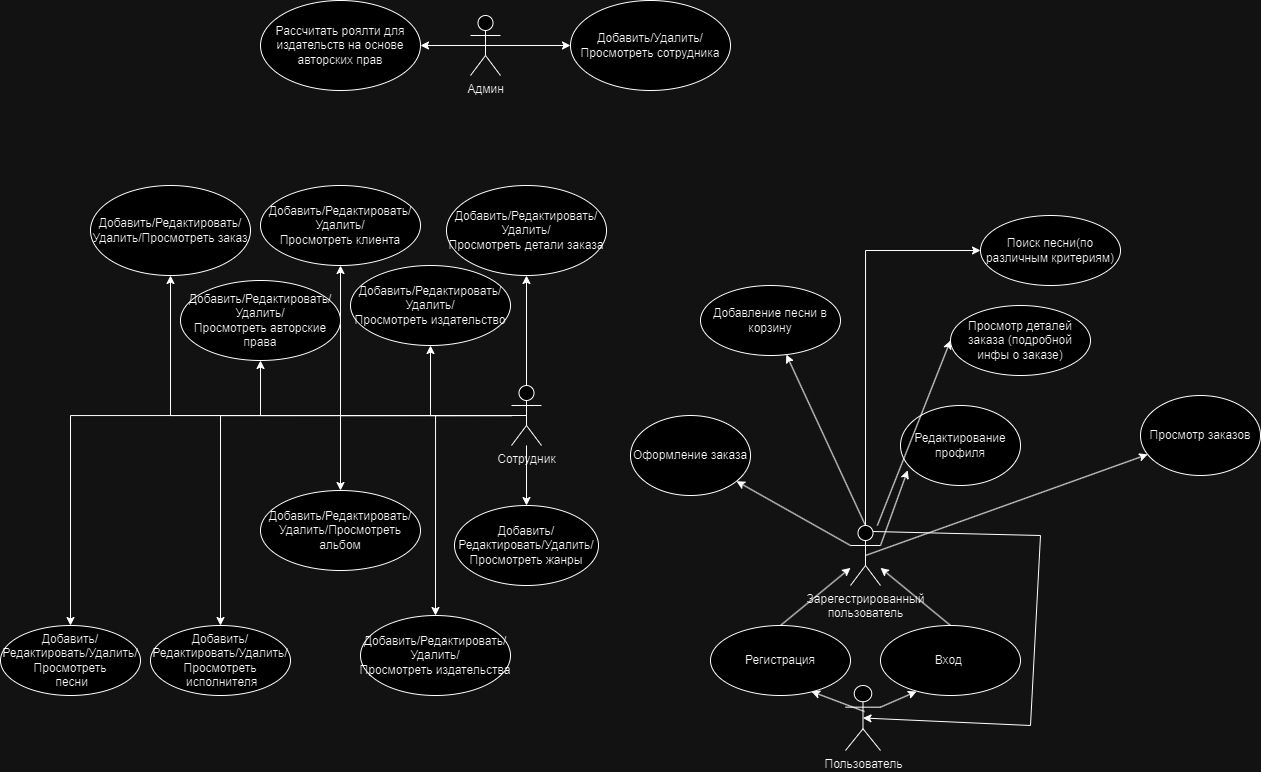
Before: diagrams/Человечки МУЗ магазина.drawio.png, a diagram exported from draw.io (SsanchesS/MusicStoreDB). Source tidied: cells renumbered, new cells last; positions are measured from the earlier drawing's top-left corner, leaving out a move shared by most shapes.
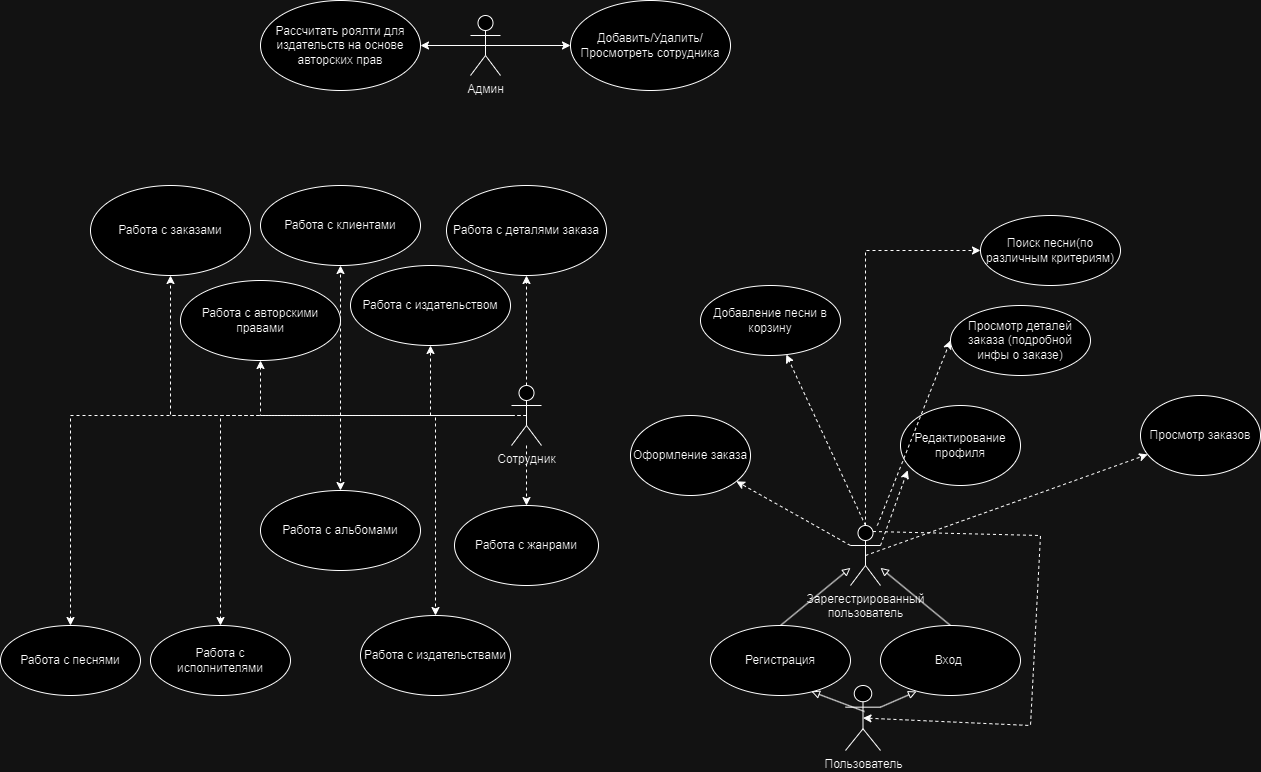
Later version of the same file.

Diff of the diagram source:
```diff
@@ -2,25 +2,25 @@
   <root>
     <mxCell id="0" />
     <mxCell id="1" parent="0" />
-    <mxCell id="2" value="Добавить/Редактировать/Удалить/Просмотреть альбом" style="ellipse;whiteSpace=wrap;html=1;" parent="1" vertex="1">
+    <mxCell id="2" value="Работа с альбомами" style="ellipse;whiteSpace=wrap;html=1;" parent="1" vertex="1">
       <mxGeometry x="260" y="490" width="160" height="80" as="geometry" />
     </mxCell>
-    <mxCell id="3" value="Добавить/Редактировать/Удалить/Просмотреть&amp;nbsp;издательства" style="ellipse;whiteSpace=wrap;html=1;" parent="1" vertex="1">
+    <mxCell id="3" value="Работа с издательствами" style="ellipse;whiteSpace=wrap;html=1;" parent="1" vertex="1">
       <mxGeometry x="360" y="615" width="150" height="80" as="geometry" />
     </mxCell>
-    <mxCell id="4" style="edgeStyle=orthogonalEdgeStyle;rounded=0;jettySize=auto;html=1;" parent="1" edge="1" source="16" target="2">
+    <mxCell id="4" style="edgeStyle=orthogonalEdgeStyle;rounded=0;jettySize=auto;html=1;dashed=1;" parent="1" edge="1" source="16" target="2">
       <mxGeometry relative="1" as="geometry" />
     </mxCell>
-    <mxCell id="5" style="edgeStyle=orthogonalEdgeStyle;rounded=0;jettySize=auto;html=1;entryX=0.5;entryY=0;entryDx=0;entryDy=0;" parent="1" edge="1" source="16" target="3">
+    <mxCell id="5" style="edgeStyle=orthogonalEdgeStyle;rounded=0;jettySize=auto;html=1;entryX=0.5;entryY=0;entryDx=0;entryDy=0;dashed=1;" parent="1" edge="1" source="16" target="3">
       <mxGeometry relative="1" as="geometry" />
     </mxCell>
-    <mxCell id="6" value="Добавить/Редактировать/Удалить/Просмотреть&amp;nbsp;жанры" style="ellipse;whiteSpace=wrap;html=1;" parent="1" vertex="1">
+    <mxCell id="6" value="Работа с жанрами" style="ellipse;whiteSpace=wrap;html=1;" parent="1" vertex="1">
       <mxGeometry x="454" y="505" width="144" height="80" as="geometry" />
     </mxCell>
     <mxCell id="7" value="Пользователь" style="shape=umlActor;verticalLabelPosition=bottom;verticalAlign=top;html=1;" parent="1" vertex="1">
       <mxGeometry x="845" y="685" width="35" height="65" as="geometry" />
     </mxCell>
-    <mxCell id="8" style="endArrow=classic;html=1;rounded=0;exitX=0.5;exitY=0;exitDx=0;exitDy=0;" parent="1" edge="1" source="10" target="11">
+    <mxCell id="8" style="endArrow=block;html=1;rounded=0;exitX=0.5;exitY=0;exitDx=0;exitDy=0;endFill=0;" parent="1" edge="1" source="10" target="11">
       <mxGeometry relative="1" as="geometry" />
     </mxCell>
     <mxCell id="9" value="Оформление заказа" style="ellipse;whiteSpace=wrap;html=1;" parent="1" vertex="1">
@@ -32,16 +32,16 @@
     <mxCell id="11" value="Зарегестрированный &lt;br&gt;пользователь" style="shape=umlActor;verticalLabelPosition=bottom;verticalAlign=top;html=1;outlineConnect=0;" parent="1" vertex="1">
       <mxGeometry x="850" y="525" width="30" height="60" as="geometry" />
     </mxCell>
-    <mxCell id="12" style="endArrow=classic;html=1;rounded=0;exitX=0;exitY=0.3333333333333333;exitDx=0;exitDy=0;exitPerimeter=0;" parent="1" edge="1" source="11" target="9">
+    <mxCell id="12" style="endArrow=classic;html=1;rounded=0;exitX=0;exitY=0.3333333333333333;exitDx=0;exitDy=0;exitPerimeter=0;dashed=1;" parent="1" edge="1" source="11" target="9">
       <mxGeometry relative="1" as="geometry" />
     </mxCell>
-    <mxCell id="13" style="endArrow=classic;html=1;rounded=0;exitX=1;exitY=0.3333333333333333;exitDx=0;exitDy=0;exitPerimeter=0;entryX=0.06;entryY=0.81;entryDx=0;entryDy=0;entryPerimeter=0;" parent="1" edge="1" source="11" target="14">
+    <mxCell id="13" style="endArrow=classic;html=1;rounded=0;exitX=1;exitY=0.3333333333333333;exitDx=0;exitDy=0;exitPerimeter=0;entryX=0.06;entryY=0.81;entryDx=0;entryDy=0;entryPerimeter=0;dashed=1;" parent="1" edge="1" source="11" target="14">
       <mxGeometry relative="1" as="geometry" />
     </mxCell>
     <mxCell id="14" value="Редактирование профиля" style="ellipse;whiteSpace=wrap;html=1;" parent="1" vertex="1">
       <mxGeometry x="900" y="405" width="120" height="80" as="geometry" />
     </mxCell>
-    <mxCell id="15" style="edgeStyle=orthogonalEdgeStyle;rounded=0;jettySize=auto;html=1;" parent="1" edge="1" source="16" target="6">
+    <mxCell id="15" style="edgeStyle=orthogonalEdgeStyle;rounded=0;jettySize=auto;html=1;dashed=1;" parent="1" edge="1" source="16" target="6">
       <mxGeometry relative="1" as="geometry" />
     </mxCell>
     <mxCell id="16" value="Сотрудник" style="shape=umlActor;verticalLabelPosition=bottom;verticalAlign=top;html=1;outlineConnect=0;" parent="1" vertex="1">
@@ -50,28 +50,28 @@
     <mxCell id="17" value="Поиск песни(по различным критериям)" style="ellipse;whiteSpace=wrap;html=1;" parent="1" vertex="1">
       <mxGeometry x="980" y="215" width="140" height="70" as="geometry" />
     </mxCell>
-    <mxCell id="18" style="edgeStyle=orthogonalEdgeStyle;rounded=0;jettySize=auto;html=1;entryX=0;entryY=0.5;entryDx=0;entryDy=0;exitX=0.5;exitY=0;exitDx=0;exitDy=0;exitPerimeter=0;" parent="1" edge="1" source="11" target="17">
+    <mxCell id="18" style="edgeStyle=orthogonalEdgeStyle;rounded=0;jettySize=auto;html=1;entryX=0;entryY=0.5;entryDx=0;entryDy=0;exitX=0.5;exitY=0;exitDx=0;exitDy=0;exitPerimeter=0;dashed=1;" parent="1" edge="1" source="11" target="17">
       <mxGeometry relative="1" as="geometry" />
     </mxCell>
     <mxCell id="19" value="Добавление&amp;nbsp;песни в корзину" style="ellipse;whiteSpace=wrap;html=1;" parent="1" vertex="1">
       <mxGeometry x="700" y="285" width="140" height="70" as="geometry" />
     </mxCell>
-    <mxCell id="20" style="endArrow=classic;html=1;rounded=0;exitX=0.5;exitY=0;exitDx=0;exitDy=0;exitPerimeter=0;" parent="1" edge="1" source="11" target="19">
+    <mxCell id="20" style="endArrow=classic;html=1;rounded=0;exitX=0.5;exitY=0;exitDx=0;exitDy=0;exitPerimeter=0;dashed=1;" parent="1" edge="1" source="11" target="19">
       <mxGeometry relative="1" as="geometry" />
     </mxCell>
-    <mxCell id="21" style="endArrow=classic;html=1;rounded=0;exitX=1;exitY=0.3333333333333333;exitDx=0;exitDy=0;exitPerimeter=0;entryX=0.257;entryY=0.943;entryDx=0;entryDy=0;entryPerimeter=0;" parent="1" edge="1" source="7" target="10">
+    <mxCell id="21" style="endArrow=block;html=1;rounded=0;exitX=1;exitY=0.3333333333333333;exitDx=0;exitDy=0;exitPerimeter=0;entryX=0.257;entryY=0.943;entryDx=0;entryDy=0;entryPerimeter=0;endFill=0;" parent="1" edge="1" source="7" target="10">
       <mxGeometry relative="1" as="geometry" />
     </mxCell>
     <mxCell id="22" value="Регистрация" style="ellipse;whiteSpace=wrap;html=1;" parent="1" vertex="1">
       <mxGeometry x="710" y="625" width="140" height="70" as="geometry" />
     </mxCell>
-    <mxCell id="23" style="endArrow=classic;html=1;rounded=0;exitX=0.543;exitY=0.4;exitDx=0;exitDy=0;exitPerimeter=0;entryX=0.721;entryY=0.943;entryDx=0;entryDy=0;entryPerimeter=0;" parent="1" edge="1" source="7" target="22">
+    <mxCell id="23" style="endArrow=block;html=1;rounded=0;exitX=0.543;exitY=0.4;exitDx=0;exitDy=0;exitPerimeter=0;entryX=0.721;entryY=0.943;entryDx=0;entryDy=0;entryPerimeter=0;endFill=0;" parent="1" edge="1" source="7" target="22">
       <mxGeometry relative="1" as="geometry" />
     </mxCell>
-    <mxCell id="24" style="endArrow=classic;html=1;rounded=0;exitX=0.5;exitY=0;exitDx=0;exitDy=0;" parent="1" edge="1" source="22" target="11">
+    <mxCell id="24" style="endArrow=block;html=1;rounded=0;exitX=0.5;exitY=0;exitDx=0;exitDy=0;endFill=0;" parent="1" edge="1" source="22" target="11">
       <mxGeometry relative="1" as="geometry" />
     </mxCell>
-    <mxCell id="25" style="endArrow=classic;html=1;rounded=0;exitX=0.75;exitY=0.1;exitDx=0;exitDy=0;exitPerimeter=0;entryX=0.5;entryY=0.5;entryDx=0;entryDy=0;entryPerimeter=0;" parent="1" edge="1" source="11" target="7">
+    <mxCell id="25" style="endArrow=classic;html=1;rounded=0;exitX=0.75;exitY=0.1;exitDx=0;exitDy=0;exitPerimeter=0;entryX=0.5;entryY=0.5;entryDx=0;entryDy=0;entryPerimeter=0;dashed=1;" parent="1" edge="1" source="11" target="7">
       <mxGeometry relative="1" as="geometry">
         <Array as="points">
           <mxPoint x="1040" y="535" />
@@ -82,43 +82,43 @@
     <mxCell id="26" value="Просмотр заказов" style="ellipse;whiteSpace=wrap;html=1;" parent="1" vertex="1">
       <mxGeometry x="1140" y="395" width="120" height="80" as="geometry" />
     </mxCell>
-    <mxCell id="27" style="endArrow=classic;html=1;rounded=0;exitX=0.5;exitY=0.5;exitDx=0;exitDy=0;exitPerimeter=0;" parent="1" edge="1" source="11" target="26">
+    <mxCell id="27" style="endArrow=classic;html=1;rounded=0;exitX=0.5;exitY=0.5;exitDx=0;exitDy=0;exitPerimeter=0;dashed=1;" parent="1" edge="1" source="11" target="26">
       <mxGeometry relative="1" as="geometry" />
     </mxCell>
-    <mxCell id="28" style="endArrow=classic;html=1;rounded=0;entryX=0;entryY=0.5;entryDx=0;entryDy=0;" parent="1" edge="1" source="11" target="29">
+    <mxCell id="28" style="endArrow=classic;html=1;rounded=0;entryX=0;entryY=0.5;entryDx=0;entryDy=0;dashed=1;" parent="1" edge="1" source="11" target="29">
       <mxGeometry relative="1" as="geometry" />
     </mxCell>
     <mxCell id="29" value="Просмотр деталей заказа (подробной инфы о заказе)" style="ellipse;whiteSpace=wrap;html=1;" parent="1" vertex="1">
       <mxGeometry x="950" y="305" width="140" height="70" as="geometry" />
     </mxCell>
-    <mxCell id="30" value="Добавить/Редактировать/Удалить/Просмотреть &lt;br&gt;&amp;nbsp;исполнителя" style="ellipse;whiteSpace=wrap;html=1;" parent="1" vertex="1">
+    <mxCell id="30" value="Работа с исполнителями" style="ellipse;whiteSpace=wrap;html=1;" parent="1" vertex="1">
       <mxGeometry x="150" y="625" width="140" height="70" as="geometry" />
     </mxCell>
-    <mxCell id="31" style="edgeStyle=orthogonalEdgeStyle;rounded=0;jettySize=auto;html=1;" parent="1" edge="1" source="16" target="30">
+    <mxCell id="31" style="edgeStyle=orthogonalEdgeStyle;rounded=0;jettySize=auto;html=1;dashed=1;" parent="1" edge="1" source="16" target="30">
       <mxGeometry relative="1" as="geometry" />
     </mxCell>
-    <mxCell id="32" value="Добавить/Редактировать/Удалить/Просмотреть &lt;br&gt;&amp;nbsp;песни" style="ellipse;whiteSpace=wrap;html=1;" parent="1" vertex="1">
+    <mxCell id="32" value="Работа с песнями" style="ellipse;whiteSpace=wrap;html=1;" parent="1" vertex="1">
       <mxGeometry y="625" width="140" height="70" as="geometry" />
     </mxCell>
-    <mxCell id="33" style="edgeStyle=orthogonalEdgeStyle;rounded=0;jettySize=auto;html=1;" parent="1" edge="1" source="16" target="32">
+    <mxCell id="33" style="edgeStyle=orthogonalEdgeStyle;rounded=0;jettySize=auto;html=1;dashed=1;" parent="1" edge="1" source="16" target="32">
       <mxGeometry relative="1" as="geometry" />
     </mxCell>
-    <mxCell id="34" value="Добавить/Редактировать/Удалить/Просмотреть&amp;nbsp;клиента" style="ellipse;whiteSpace=wrap;html=1;" parent="1" vertex="1">
+    <mxCell id="34" value="Работа с клиентами" style="ellipse;whiteSpace=wrap;html=1;" parent="1" vertex="1">
       <mxGeometry x="260" y="185" width="160" height="80" as="geometry" />
     </mxCell>
-    <mxCell id="35" style="edgeStyle=orthogonalEdgeStyle;rounded=0;jettySize=auto;html=1;exitX=0.5;exitY=0.5;exitDx=0;exitDy=0;exitPerimeter=0;" parent="1" edge="1" source="16" target="34">
+    <mxCell id="35" style="edgeStyle=orthogonalEdgeStyle;rounded=0;jettySize=auto;html=1;exitX=0.5;exitY=0.5;exitDx=0;exitDy=0;exitPerimeter=0;dashed=1;" parent="1" edge="1" source="16" target="34">
       <mxGeometry relative="1" as="geometry" />
     </mxCell>
-    <mxCell id="36" value="Добавить/Редактировать/Удалить/Просмотреть&amp;nbsp;заказ" style="ellipse;whiteSpace=wrap;html=1;" parent="1" vertex="1">
+    <mxCell id="36" value="Работа с заказами" style="ellipse;whiteSpace=wrap;html=1;" parent="1" vertex="1">
       <mxGeometry x="90" y="185" width="160" height="90" as="geometry" />
     </mxCell>
-    <mxCell id="37" style="edgeStyle=orthogonalEdgeStyle;rounded=0;jettySize=auto;html=1;" parent="1" edge="1" source="16" target="36">
+    <mxCell id="37" style="edgeStyle=orthogonalEdgeStyle;rounded=0;jettySize=auto;html=1;dashed=1;" parent="1" edge="1" source="16" target="36">
       <mxGeometry relative="1" as="geometry" />
     </mxCell>
-    <mxCell id="38" value="Добавить/Редактировать/Удалить/Просмотреть&amp;nbsp;детали заказа" style="ellipse;whiteSpace=wrap;html=1;" parent="1" vertex="1">
+    <mxCell id="38" value="Работа с деталями заказа" style="ellipse;whiteSpace=wrap;html=1;" parent="1" vertex="1">
       <mxGeometry x="446" y="185" width="160" height="90" as="geometry" />
     </mxCell>
-    <mxCell id="39" style="edgeStyle=orthogonalEdgeStyle;rounded=0;jettySize=auto;html=1;" parent="1" edge="1" source="16" target="38">
+    <mxCell id="39" style="edgeStyle=orthogonalEdgeStyle;rounded=0;jettySize=auto;html=1;dashed=1;" parent="1" edge="1" source="16" target="38">
       <mxGeometry relative="1" as="geometry" />
     </mxCell>
     <mxCell id="40" value="Админ" style="shape=umlActor;verticalLabelPosition=bottom;verticalAlign=top;html=1;outlineConnect=0;" parent="1" vertex="1">
@@ -130,16 +130,16 @@
     <mxCell id="42" value="Добавить/Удалить/Просмотреть&amp;nbsp;сотрудника" style="ellipse;whiteSpace=wrap;html=1;" parent="1" vertex="1">
       <mxGeometry x="570" width="160" height="90" as="geometry" />
     </mxCell>
-    <mxCell id="43" value="Добавить/Редактировать/Удалить/Просмотреть&amp;nbsp;издательство" style="ellipse;whiteSpace=wrap;html=1;" parent="1" vertex="1">
+    <mxCell id="43" value="Работа с издательством" style="ellipse;whiteSpace=wrap;html=1;" parent="1" vertex="1">
       <mxGeometry x="350" y="265" width="160" height="80" as="geometry" />
     </mxCell>
-    <mxCell id="44" style="edgeStyle=orthogonalEdgeStyle;rounded=0;jettySize=auto;html=1;exitX=0.5;exitY=0.5;exitDx=0;exitDy=0;exitPerimeter=0;" parent="1" edge="1" source="16" target="43">
+    <mxCell id="44" style="edgeStyle=orthogonalEdgeStyle;rounded=0;jettySize=auto;html=1;exitX=0.5;exitY=0.5;exitDx=0;exitDy=0;exitPerimeter=0;dashed=1;" parent="1" edge="1" source="16" target="43">
       <mxGeometry relative="1" as="geometry" />
     </mxCell>
-    <mxCell id="45" value="Добавить/Редактировать/Удалить/Просмотреть&amp;nbsp;авторские права" style="ellipse;whiteSpace=wrap;html=1;" parent="1" vertex="1">
+    <mxCell id="45" value="Работа с авторскими правами" style="ellipse;whiteSpace=wrap;html=1;" parent="1" vertex="1">
       <mxGeometry x="180" y="280" width="160" height="80" as="geometry" />
     </mxCell>
-    <mxCell id="46" style="edgeStyle=orthogonalEdgeStyle;rounded=0;jettySize=auto;html=1;exitX=0.5;exitY=0.5;exitDx=0;exitDy=0;exitPerimeter=0;" parent="1" edge="1" source="16" target="45">
+    <mxCell id="46" style="edgeStyle=orthogonalEdgeStyle;rounded=0;jettySize=auto;html=1;exitX=0.5;exitY=0.5;exitDx=0;exitDy=0;exitPerimeter=0;dashed=1;" parent="1" edge="1" source="16" target="45">
       <mxGeometry relative="1" as="geometry" />
     </mxCell>
     <mxCell id="47" value="Рассчитать роялти для издательств на основе авторских прав" style="ellipse;whiteSpace=wrap;html=1;" parent="1" vertex="1">
```
